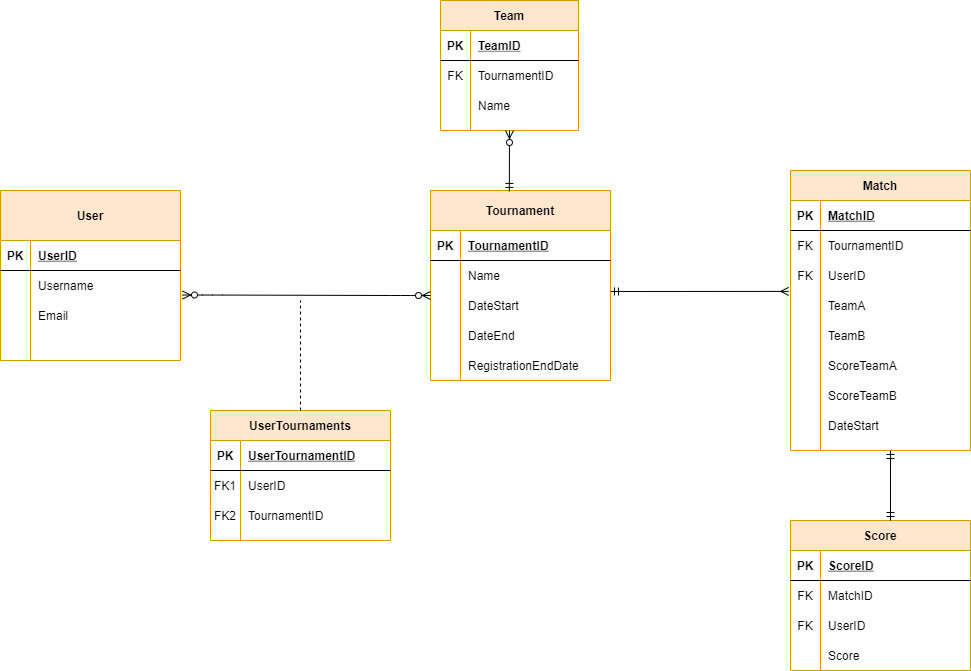
The draw.io diagram royalrumbet.png in maneran/royal-rumbet, before a commit. Source tidied: cells renumbered, new cells last; positions are measured from the earlier drawing's top-left corner, leaving out a move shared by most shapes.
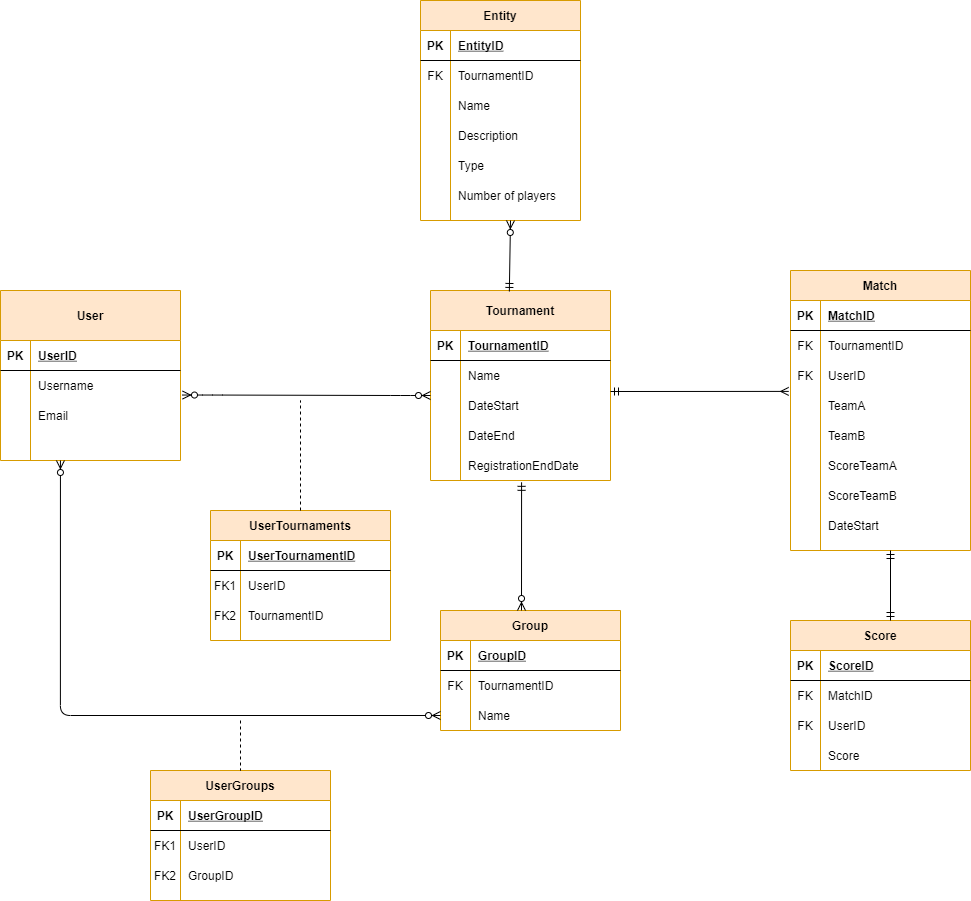
The same diagram one commit later.

What changed in the source:
```diff
@@ -50,38 +50,67 @@
     <mxCell id="17" value="RegistrationEndDate" style="shape=partialRectangle;fillColor=none;top=0;left=0;bottom=0;right=0;align=left;spacingLeft=6;overflow=hidden;" parent="15" vertex="1">
       <mxGeometry x="30" width="150" height="30" as="geometry" />
     </mxCell>
-    <mxCell id="18" value="Team" style="shape=table;startSize=30;rowLines=0;fontStyle=1;align=center;strokeColor=#d79b00;fillColor=#ffe6cc;" parent="1" vertex="1">
-      <mxGeometry x="440" width="138" height="130" as="geometry" />
+    <mxCell id="18" value="Entity" style="shape=table;startSize=30;rowLines=0;fontStyle=1;align=center;strokeColor=#d79b00;fillColor=#ffe6cc;" parent="1" vertex="1">
+      <mxGeometry x="420" y="-100" width="160" height="220" as="geometry" />
     </mxCell>
     <mxCell id="19" style="shape=partialRectangle;fillColor=none;top=0;left=0;bottom=1;right=0;" parent="18" vertex="1">
-      <mxGeometry y="30" width="138" height="30" as="geometry" />
+      <mxGeometry y="30" width="160" height="30" as="geometry" />
     </mxCell>
     <mxCell id="20" value="PK" style="shape=partialRectangle;fillColor=none;top=0;left=0;bottom=0;right=0;fontStyle=1;overflow=hidden;" parent="19" vertex="1">
       <mxGeometry width="30" height="30" as="geometry" />
     </mxCell>
-    <mxCell id="21" value="TeamID" style="shape=partialRectangle;fillColor=none;top=0;left=0;bottom=0;right=0;align=left;spacingLeft=6;fontStyle=5;overflow=hidden;" parent="19" vertex="1">
-      <mxGeometry x="30" width="108" height="30" as="geometry" />
+    <mxCell id="21" value="EntityID" style="shape=partialRectangle;fillColor=none;top=0;left=0;bottom=0;right=0;align=left;spacingLeft=6;fontStyle=5;overflow=hidden;" parent="19" vertex="1">
+      <mxGeometry x="30" width="130" height="30" as="geometry" />
     </mxCell>
     <mxCell id="22" style="shape=partialRectangle;fillColor=none;top=0;left=0;bottom=0;right=0;" parent="18" vertex="1">
-      <mxGeometry y="60" width="138" height="30" as="geometry" />
+      <mxGeometry y="60" width="160" height="30" as="geometry" />
     </mxCell>
     <mxCell id="23" value="FK" style="shape=partialRectangle;fillColor=none;top=0;left=0;bottom=0;right=0;overflow=hidden;" parent="22" vertex="1">
       <mxGeometry width="30" height="30" as="geometry" />
     </mxCell>
     <mxCell id="24" value="TournamentID" style="shape=partialRectangle;fillColor=none;top=0;left=0;bottom=0;right=0;align=left;spacingLeft=6;overflow=hidden;" parent="22" vertex="1">
-      <mxGeometry x="30" width="108" height="30" as="geometry" />
+      <mxGeometry x="30" width="130" height="30" as="geometry" />
     </mxCell>
     <mxCell id="25" style="shape=partialRectangle;fillColor=none;top=0;left=0;bottom=0;right=0;" parent="18" vertex="1">
-      <mxGeometry y="90" width="138" height="30" as="geometry" />
+      <mxGeometry y="90" width="160" height="30" as="geometry" />
     </mxCell>
     <mxCell id="26" style="shape=partialRectangle;fillColor=none;top=0;left=0;bottom=0;right=0;overflow=hidden;" parent="25" vertex="1">
       <mxGeometry width="30" height="30" as="geometry" />
     </mxCell>
     <mxCell id="27" value="Name" style="shape=partialRectangle;fillColor=none;top=0;left=0;bottom=0;right=0;align=left;spacingLeft=6;overflow=hidden;" parent="25" vertex="1">
-      <mxGeometry x="30" width="108" height="30" as="geometry" />
+      <mxGeometry x="30" width="130" height="30" as="geometry" />
     </mxCell>
+    <mxCell id="94" style="shape=partialRectangle;fillColor=none;top=0;left=0;bottom=0;right=0;" parent="18" vertex="1">
+      <mxGeometry y="120" width="160" height="30" as="geometry" />
+    </mxCell>
+    <mxCell id="95" style="shape=partialRectangle;fillColor=none;top=0;left=0;bottom=0;right=0;overflow=hidden;" parent="94" vertex="1">
+      <mxGeometry width="30" height="30" as="geometry" />
+    </mxCell>
+    <mxCell id="96" value="Description" style="shape=partialRectangle;fillColor=none;top=0;left=0;bottom=0;right=0;align=left;spacingLeft=6;overflow=hidden;" parent="94" vertex="1">
+      <mxGeometry x="30" width="130" height="30" as="geometry" />
+    </mxCell>
+    <mxCell id="97" style="shape=partialRectangle;fillColor=none;top=0;left=0;bottom=0;right=0;" parent="18" vertex="1">
+      <mxGeometry y="150" width="160" height="30" as="geometry" />
+    </mxCell>
+    <mxCell id="98" style="shape=partialRectangle;fillColor=none;top=0;left=0;bottom=0;right=0;overflow=hidden;" parent="97" vertex="1">
+      <mxGeometry width="30" height="30" as="geometry" />
+    </mxCell>
+    <mxCell id="99" value="Type" style="shape=partialRectangle;fillColor=none;top=0;left=0;bottom=0;right=0;align=left;spacingLeft=6;overflow=hidden;" parent="97" vertex="1">
+      <mxGeometry x="30" width="130" height="30" as="geometry" />
+    </mxCell>
+    <mxCell id="100" style="shape=partialRectangle;fillColor=none;top=0;left=0;bottom=0;right=0;" parent="18" vertex="1">
+      <mxGeometry y="180" width="160" height="30" as="geometry" />
+    </mxCell>
+    <mxCell id="101" style="shape=partialRectangle;fillColor=none;top=0;left=0;bottom=0;right=0;overflow=hidden;" parent="100" vertex="1">
+      <mxGeometry width="30" height="30" as="geometry" />
+    </mxCell>
+    <mxCell id="102" value="Number of players" style="shape=partialRectangle;fillColor=none;top=0;left=0;bottom=0;right=0;align=left;spacingLeft=6;overflow=hidden;" parent="100" vertex="1">
+      <mxGeometry x="30" width="130" height="30" as="geometry" />
+    </mxCell>
-    <mxCell id="28" style="fontSize=12;html=1;endArrow=ERzeroToMany;startArrow=ERmandOne;rounded=1;entryX=0.5;entryY=1;entryDx=0;entryDy=0;exitX=0.438;exitY=0.005;exitDx=0;exitDy=0;exitPerimeter=0;" parent="1" edge="1" source="2" target="18">
-      <mxGeometry relative="1" as="geometry" />
+    <mxCell id="28" style="fontSize=12;html=1;endArrow=ERzeroToMany;startArrow=ERmandOne;rounded=1;exitX=0.438;exitY=0.005;exitDx=0;exitDy=0;exitPerimeter=0;" parent="1" edge="1" source="2">
+      <mxGeometry relative="1" as="geometry">
+        <mxPoint x="510" y="120" as="targetPoint" />
+      </mxGeometry>
     </mxCell>
     <mxCell id="29" value="User" style="shape=table;startSize=50;rowLines=0;fontStyle=1;align=center;strokeColor=#d79b00;fillColor=#ffe6cc;" parent="1" vertex="1">
       <mxGeometry y="190" width="180" height="170" as="geometry" />
@@ -287,5 +316,79 @@
         <mxPoint x="890" y="450" as="targetPoint" />
       </mxGeometry>
     </mxCell>
+    <mxCell id="103" value="Group" style="shape=table;startSize=30;rowLines=0;fontStyle=1;align=center;fillColor=#ffe6cc;strokeColor=#d79b00;" parent="1" vertex="1">
+      <mxGeometry x="440" y="510" width="180" height="120" as="geometry" />
+    </mxCell>
+    <mxCell id="104" style="shape=partialRectangle;fillColor=none;top=0;left=0;bottom=1;right=0;" parent="103" vertex="1">
+      <mxGeometry y="30" width="180" height="30" as="geometry" />
+    </mxCell>
+    <mxCell id="105" value="PK" style="shape=partialRectangle;fillColor=none;top=0;left=0;bottom=0;right=0;fontStyle=1;overflow=hidden;" parent="104" vertex="1">
+      <mxGeometry width="30" height="30" as="geometry" />
+    </mxCell>
+    <mxCell id="106" value="GroupID" style="shape=partialRectangle;fillColor=none;top=0;left=0;bottom=0;right=0;align=left;spacingLeft=6;fontStyle=5;overflow=hidden;" parent="104" vertex="1">
+      <mxGeometry x="30" width="150" height="30" as="geometry" />
+    </mxCell>
+    <mxCell id="107" style="shape=partialRectangle;fillColor=none;top=0;left=0;bottom=0;right=0;" parent="103" vertex="1">
+      <mxGeometry y="60" width="180" height="30" as="geometry" />
+    </mxCell>
+    <mxCell id="108" value="FK" style="shape=partialRectangle;fillColor=none;top=0;left=0;bottom=0;right=0;overflow=hidden;" parent="107" vertex="1">
+      <mxGeometry width="30" height="30" as="geometry" />
+    </mxCell>
+    <mxCell id="109" value="TournamentID" style="shape=partialRectangle;fillColor=none;top=0;left=0;bottom=0;right=0;align=left;spacingLeft=6;overflow=hidden;" parent="107" vertex="1">
+      <mxGeometry x="30" width="150" height="30" as="geometry" />
+    </mxCell>
+    <mxCell id="110" style="shape=partialRectangle;fillColor=none;top=0;left=0;bottom=0;right=0;points=[[0,0.5],[1,0.5]];portConstraint=eastwest;" parent="103" vertex="1">
+      <mxGeometry y="90" width="180" height="30" as="geometry" />
+    </mxCell>
+    <mxCell id="111" style="shape=partialRectangle;fillColor=none;top=0;left=0;bottom=0;right=0;overflow=hidden;" parent="110" vertex="1">
+      <mxGeometry width="30" height="30" as="geometry" />
+    </mxCell>
+    <mxCell id="112" value="Name" style="shape=partialRectangle;fillColor=none;top=0;left=0;bottom=0;right=0;align=left;spacingLeft=6;overflow=hidden;" parent="110" vertex="1">
+      <mxGeometry x="30" width="150" height="30" as="geometry" />
+    </mxCell>
+    <mxCell id="113" style="fontSize=12;html=1;endArrow=ERzeroToMany;startArrow=ERmandOne;strokeColor=#000000;endFill=1;exitX=0.506;exitY=1.061;exitDx=0;exitDy=0;exitPerimeter=0;" parent="1" edge="1" source="15">
+      <mxGeometry relative="1" as="geometry">
+        <mxPoint x="521" y="510" as="targetPoint" />
+      </mxGeometry>
+    </mxCell>
+    <mxCell id="114" style="edgeStyle=orthogonalEdgeStyle;fontSize=12;html=1;endArrow=ERzeroToMany;endFill=1;startArrow=ERzeroToMany;strokeColor=#000000;exitX=0.333;exitY=1;exitDx=0;exitDy=0;exitPerimeter=0;entryX=0;entryY=0.5;entryDx=0;entryDy=0;" parent="1" edge="1" source="39" target="110">
+      <mxGeometry relative="1" as="geometry" />
+    </mxCell>
+    <mxCell id="115" value="UserGroups" style="shape=table;startSize=30;rowLines=0;fontStyle=1;align=center;strokeColor=#d79b00;fillColor=#ffe6cc;" parent="1" vertex="1">
+      <mxGeometry x="150" y="670" width="180" height="130" as="geometry" />
+    </mxCell>
+    <mxCell id="116" style="shape=partialRectangle;fillColor=none;top=0;left=0;bottom=1;right=0;" parent="115" vertex="1">
+      <mxGeometry y="30" width="180" height="30" as="geometry" />
+    </mxCell>
+    <mxCell id="117" value="PK" style="shape=partialRectangle;fillColor=none;top=0;left=0;bottom=0;right=0;fontStyle=1;overflow=hidden;" parent="116" vertex="1">
+      <mxGeometry width="30" height="30" as="geometry" />
+    </mxCell>
+    <mxCell id="118" value="UserGroupID" style="shape=partialRectangle;fillColor=none;top=0;left=0;bottom=0;right=0;align=left;spacingLeft=6;fontStyle=5;overflow=hidden;" parent="116" vertex="1">
+      <mxGeometry x="30" width="150" height="30" as="geometry" />
+    </mxCell>
+    <mxCell id="119" style="shape=partialRectangle;fillColor=none;top=0;left=0;bottom=0;right=0;" parent="115" vertex="1">
+      <mxGeometry y="60" width="180" height="30" as="geometry" />
+    </mxCell>
+    <mxCell id="120" value="FK1" style="shape=partialRectangle;fillColor=none;top=0;left=0;bottom=0;right=0;overflow=hidden;" parent="119" vertex="1">
+      <mxGeometry width="30" height="30" as="geometry" />
+    </mxCell>
+    <mxCell id="121" value="UserID" style="shape=partialRectangle;fillColor=none;top=0;left=0;bottom=0;right=0;align=left;spacingLeft=6;overflow=hidden;" parent="119" vertex="1">
+      <mxGeometry x="30" width="150" height="30" as="geometry" />
+    </mxCell>
+    <mxCell id="122" style="shape=partialRectangle;fillColor=none;top=0;left=0;bottom=0;right=0;" parent="115" vertex="1">
+      <mxGeometry y="90" width="180" height="30" as="geometry" />
+    </mxCell>
+    <mxCell id="123" value="FK2" style="shape=partialRectangle;fillColor=none;top=0;left=0;bottom=0;right=0;overflow=hidden;" parent="122" vertex="1">
+      <mxGeometry width="30" height="30" as="geometry" />
+    </mxCell>
+    <mxCell id="124" value="GroupID" style="shape=partialRectangle;fillColor=none;top=0;left=0;bottom=0;right=0;align=left;spacingLeft=6;overflow=hidden;" parent="122" vertex="1">
+      <mxGeometry x="30" width="150" height="30" as="geometry" />
+    </mxCell>
+    <mxCell id="125" style="endArrow=none;dashed=1;html=1;strokeColor=#000000;" parent="1" edge="1">
+      <mxGeometry relative="1" as="geometry">
+        <mxPoint x="240" y="620" as="sourcePoint" />
+        <mxPoint x="240" y="670" as="targetPoint" />
+      </mxGeometry>
+    </mxCell>
   </root>
 </mxGraphModel>
```
